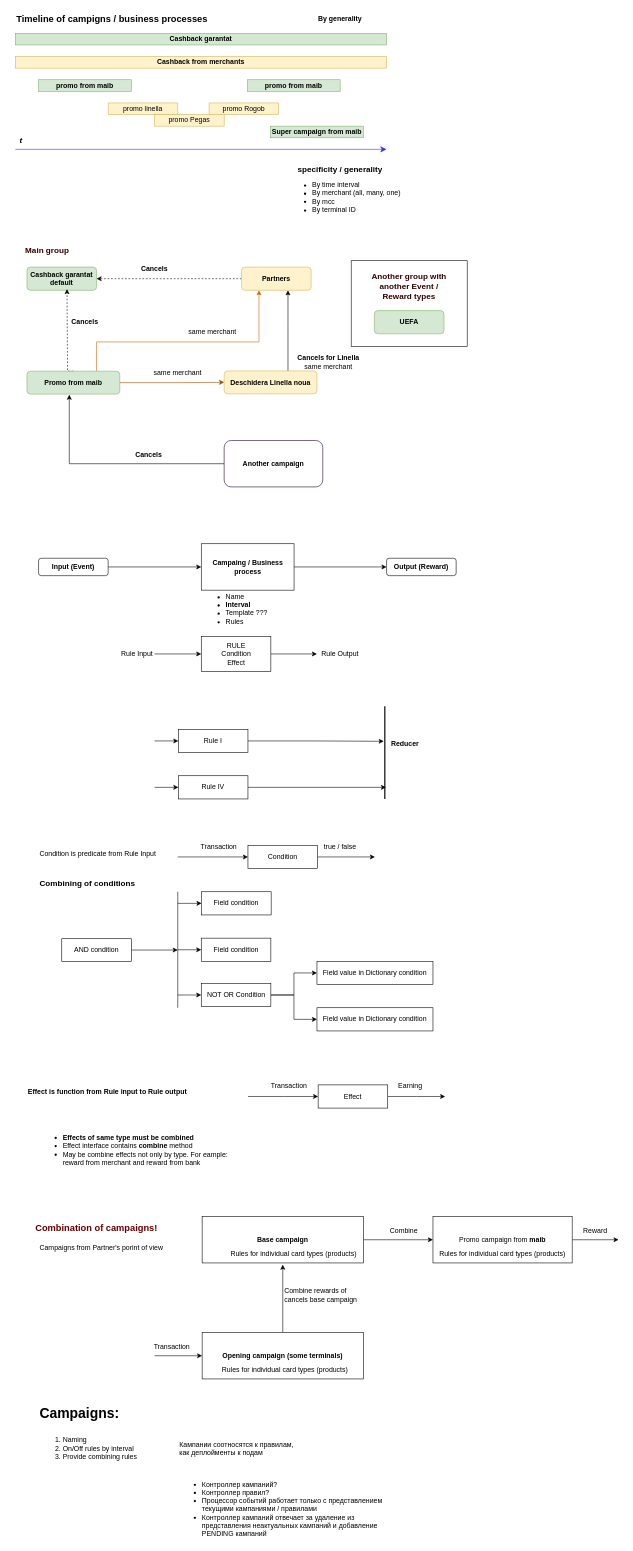
Before: Диаграмма без названия.drawio in DemiusAcademius/diagrams, a draw.io diagram. Source tidied: cells renumbered, new cells numbered last; positions are measured from the earlier drawing's top-left corner, leaving out a move shared by most shapes. Both pictures are drawn from the tidied source at 58%, with x=0, y=0 at pixel (15, 10).
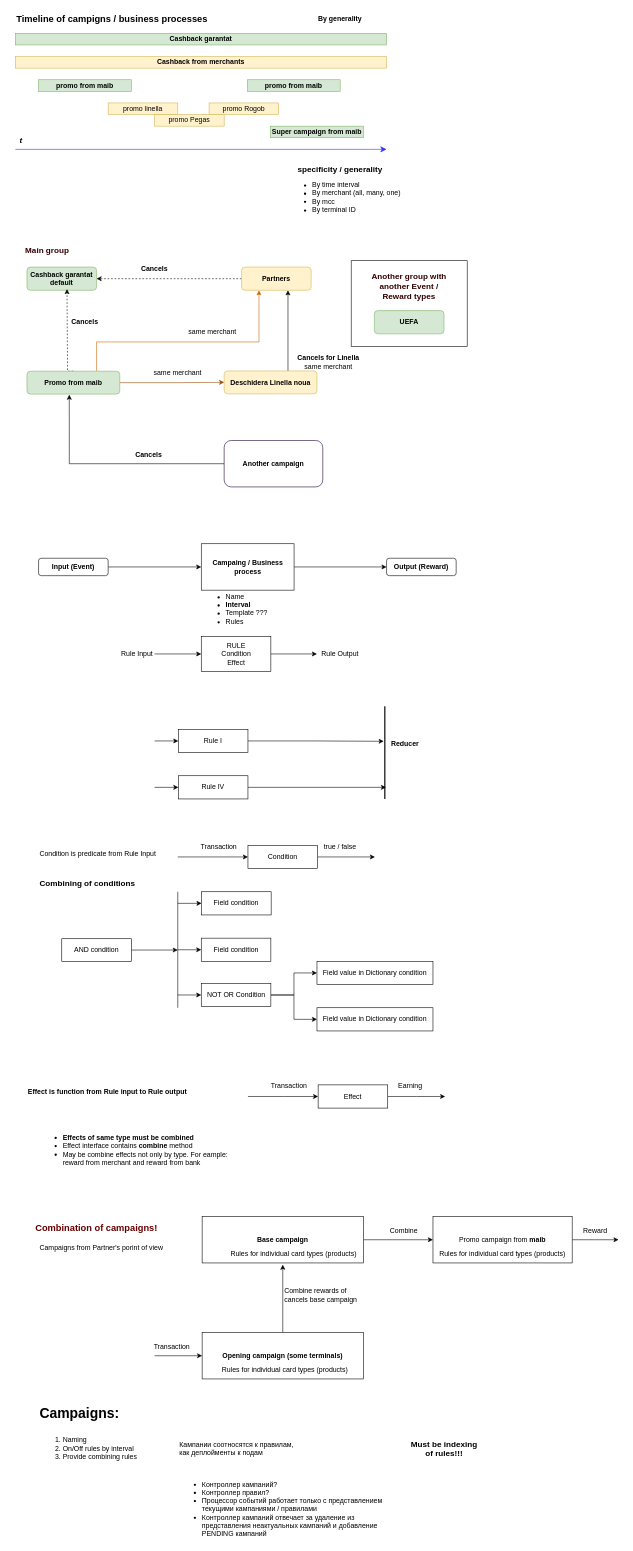
The same page after the edit.

Change to the diagram source:
```diff
@@
+    <mxCell id="103" value="&lt;b&gt;&lt;font style=&quot;font-size: 14px;&quot;&gt;Must be indexing of rules!!!&lt;/font&gt;&lt;/b&gt;" style="text;html=1;strokeColor=none;fillColor=none;align=center;verticalAlign=middle;whiteSpace=wrap;rounded=0;" parent="1" vertex="1">
+      <mxGeometry x="679" y="2440" width="121" height="80" as="geometry" />
+    </mxCell>
```
